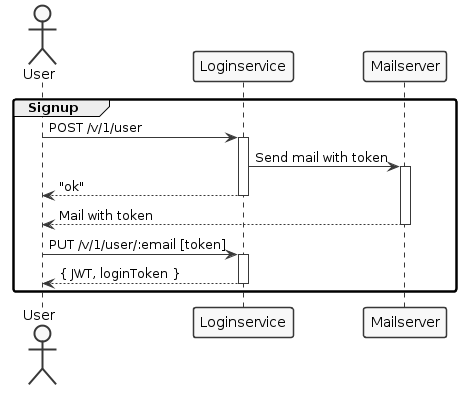
This is signup.png from phuhl/apparts-login-server, a PlantUML export, as it was before one commit.
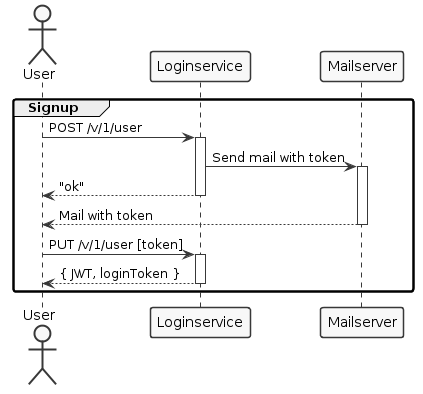
The same diagram one commit later.

The edit, as a diff of the source:
```diff
@@ -14,7 +14,7 @@
 User <-- Mailserver : Mail with token
 deactivate Mailserver
 
-User -> Loginservice : PUT /v/1/user/:email [token]
+User -> Loginservice : PUT /v/1/user [token]
 activate Loginservice
 User <-- Loginservice : { JWT, loginToken }
 deactivate Loginservice
```
